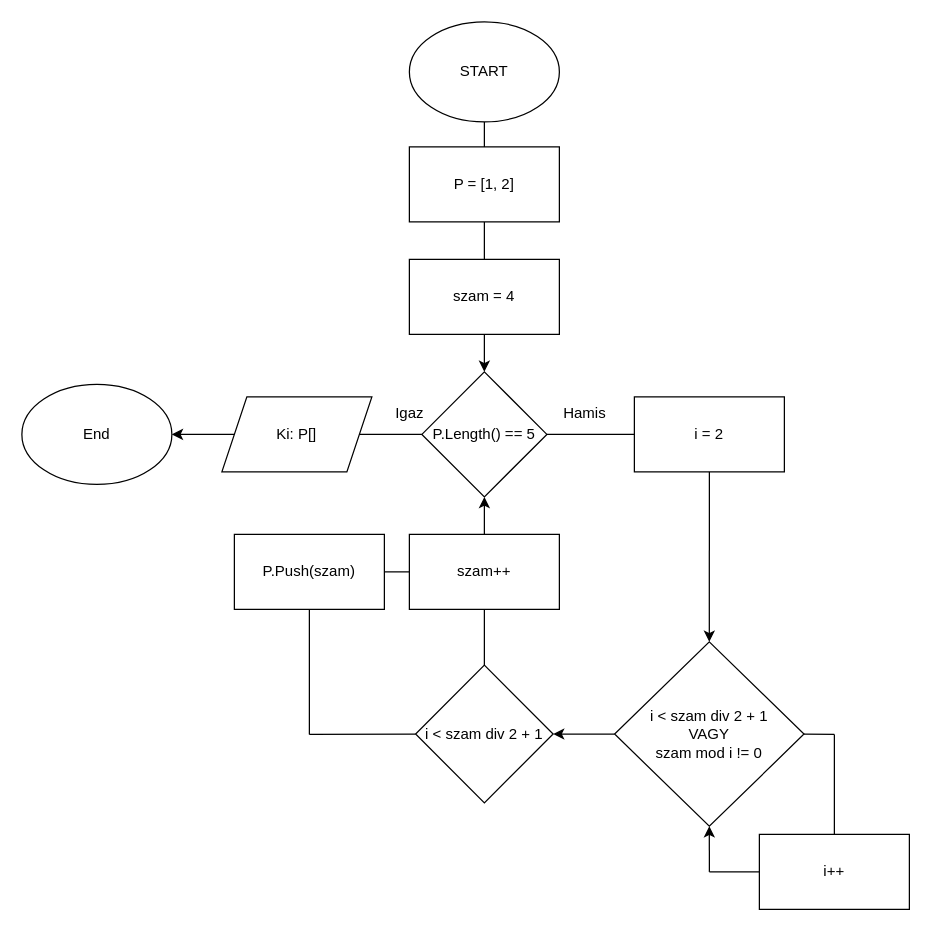
Above: DANIEL/Beadando/drawio/Elso 5 prim.drawio in SzebelediZoltan/Iskola (draw.io), before the change. Source tidied: cells renumbered, new cells numbered last; positions are measured from the earlier drawing's top-left corner, leaving out a move shared by most shapes. Both pictures are drawn from the tidied source at 125%, with x=0, y=0 at pixel (21, 21).
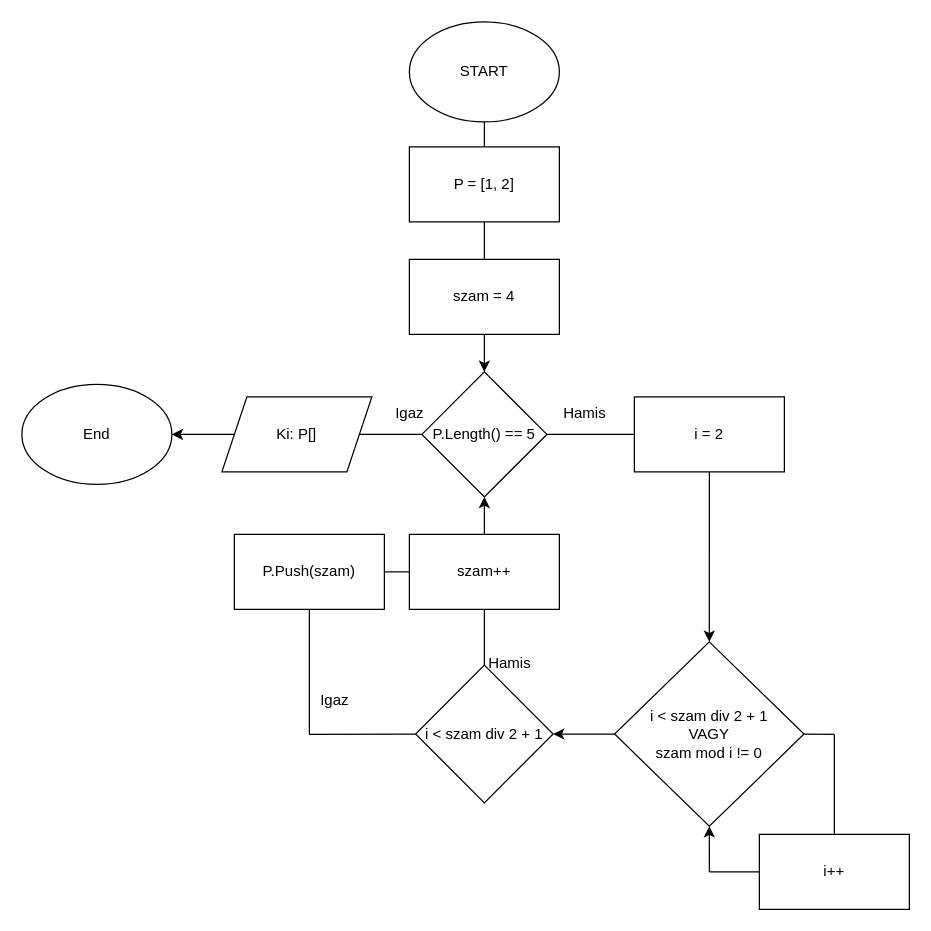
After the change.

What changed in the source:
```diff
@@
+    <mxCell id="32" value="Igaz" style="text;html=1;align=center;verticalAlign=middle;strokeColor=none;fillColor=none;" parent="1" vertex="1">
+      <mxGeometry x="225" y="528" width="50" height="30" as="geometry" />
+    </mxCell>
+    <mxCell id="33" value="Hamis" style="text;html=1;align=center;verticalAlign=middle;strokeColor=none;fillColor=none;" parent="1" vertex="1">
+      <mxGeometry x="360" y="498" width="60" height="30" as="geometry" />
+    </mxCell>
```
